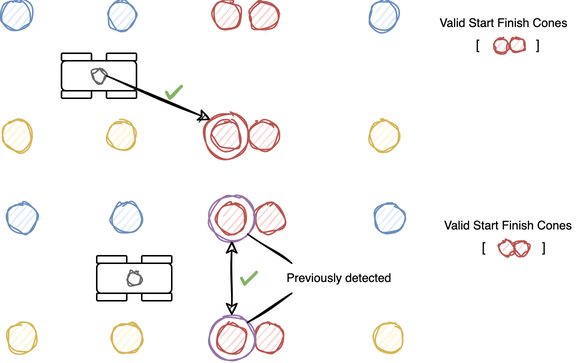
The draw.io diagram img/Path_Planner_Start_Finish_Detector_5.png in Beomar97/path-planning-docs, before a commit. Source tidied: cells renumbered, new cells last; positions are measured from the earlier drawing's top-left corner, leaving out a move shared by most shapes.
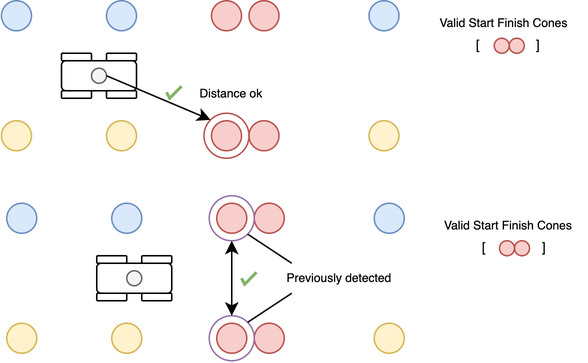
The same file after the commit.

Diff of the diagram source:
```diff
@@ -2,165 +2,168 @@
   <root>
     <mxCell id="0" />
     <mxCell id="1" parent="0" />
-    <mxCell id="2" style="ellipse;whiteSpace=wrap;html=1;sketch=1;fillColor=#dae8fc;strokeColor=#6c8ebf;fontFamily=Helvetica;" parent="1" vertex="1">
+    <mxCell id="2" style="ellipse;whiteSpace=wrap;html=1;sketch=0;fillColor=#dae8fc;strokeColor=#6c8ebf;fontFamily=Helvetica;" parent="1" vertex="1">
       <mxGeometry x="245.5" width="20" height="20" as="geometry" />
     </mxCell>
-    <mxCell id="3" style="ellipse;whiteSpace=wrap;html=1;sketch=1;fillColor=#fff2cc;strokeColor=#d6b656;fontFamily=Helvetica;" parent="1" vertex="1">
+    <mxCell id="3" style="ellipse;whiteSpace=wrap;html=1;sketch=0;fillColor=#fff2cc;strokeColor=#d6b656;fontFamily=Helvetica;" parent="1" vertex="1">
       <mxGeometry x="245.5" y="80" width="20" height="20" as="geometry" />
     </mxCell>
-    <mxCell id="4" style="ellipse;whiteSpace=wrap;html=1;sketch=1;fillColor=#f8cecc;strokeColor=#b85450;fontFamily=Helvetica;" parent="1" vertex="1">
+    <mxCell id="4" style="ellipse;whiteSpace=wrap;html=1;sketch=0;fillColor=#f8cecc;strokeColor=#b85450;fontFamily=Helvetica;" parent="1" vertex="1">
       <mxGeometry x="165.5" width="20" height="20" as="geometry" />
     </mxCell>
-    <mxCell id="5" style="ellipse;whiteSpace=wrap;html=1;sketch=1;fillColor=#f8cecc;strokeColor=#b85450;fontFamily=Helvetica;" parent="1" vertex="1">
+    <mxCell id="5" style="ellipse;whiteSpace=wrap;html=1;sketch=0;fillColor=#f8cecc;strokeColor=#b85450;fontFamily=Helvetica;" parent="1" vertex="1">
       <mxGeometry x="165.5" y="80" width="20" height="20" as="geometry" />
     </mxCell>
-    <mxCell id="6" style="ellipse;whiteSpace=wrap;html=1;sketch=1;fillColor=#f8cecc;strokeColor=#b85450;fontFamily=Helvetica;" parent="1" vertex="1">
+    <mxCell id="6" style="ellipse;whiteSpace=wrap;html=1;sketch=0;fillColor=#f8cecc;strokeColor=#b85450;fontFamily=Helvetica;" parent="1" vertex="1">
       <mxGeometry x="140.5" width="20" height="20" as="geometry" />
     </mxCell>
-    <mxCell id="7" style="ellipse;whiteSpace=wrap;html=1;sketch=1;fillColor=#f8cecc;strokeColor=#b85450;fontFamily=Helvetica;" parent="1" vertex="1">
+    <mxCell id="7" style="ellipse;whiteSpace=wrap;html=1;sketch=0;fillColor=#f8cecc;strokeColor=#b85450;fontFamily=Helvetica;" parent="1" vertex="1">
       <mxGeometry x="140.5" y="80" width="20" height="20" as="geometry" />
     </mxCell>
-    <mxCell id="8" style="ellipse;whiteSpace=wrap;html=1;sketch=1;fillColor=#dae8fc;strokeColor=#6c8ebf;fontFamily=Helvetica;" parent="1" vertex="1">
+    <mxCell id="8" style="ellipse;whiteSpace=wrap;html=1;sketch=0;fillColor=#dae8fc;strokeColor=#6c8ebf;fontFamily=Helvetica;" parent="1" vertex="1">
       <mxGeometry x="70.5" width="20" height="20" as="geometry" />
     </mxCell>
-    <mxCell id="9" style="ellipse;whiteSpace=wrap;html=1;sketch=1;fillColor=#fff2cc;strokeColor=#d6b656;fontFamily=Helvetica;" parent="1" vertex="1">
+    <mxCell id="9" style="ellipse;whiteSpace=wrap;html=1;sketch=0;fillColor=#fff2cc;strokeColor=#d6b656;fontFamily=Helvetica;" parent="1" vertex="1">
       <mxGeometry x="70.5" y="80" width="20" height="20" as="geometry" />
     </mxCell>
-    <mxCell id="10" style="group;" parent="1" vertex="1">
+    <mxCell id="10" style="group;sketch=0;" parent="1" vertex="1">
       <mxGeometry x="40.5" y="35" width="50" height="30" as="geometry" />
     </mxCell>
-    <mxCell id="11" style="rounded=1;whiteSpace=wrap;html=1;fillColor=none;" parent="10" vertex="1">
+    <mxCell id="11" style="rounded=1;whiteSpace=wrap;html=1;fillColor=none;sketch=0;" parent="10" vertex="1">
       <mxGeometry y="5" width="50" height="20" as="geometry" />
     </mxCell>
-    <mxCell id="12" style="rounded=1;whiteSpace=wrap;html=1;fillColor=none;" parent="10" vertex="1">
+    <mxCell id="12" style="rounded=1;whiteSpace=wrap;html=1;fillColor=none;sketch=0;" parent="10" vertex="1">
       <mxGeometry width="20" height="5" as="geometry" />
     </mxCell>
-    <mxCell id="13" style="rounded=1;whiteSpace=wrap;html=1;fillColor=none;" parent="10" vertex="1">
+    <mxCell id="13" style="rounded=1;whiteSpace=wrap;html=1;fillColor=none;sketch=0;" parent="10" vertex="1">
       <mxGeometry y="25" width="20" height="5" as="geometry" />
     </mxCell>
-    <mxCell id="14" style="rounded=1;whiteSpace=wrap;html=1;fillColor=none;" parent="10" vertex="1">
+    <mxCell id="14" style="rounded=1;whiteSpace=wrap;html=1;fillColor=none;sketch=0;" parent="10" vertex="1">
       <mxGeometry x="30" width="20" height="5" as="geometry" />
     </mxCell>
-    <mxCell id="15" style="rounded=1;whiteSpace=wrap;html=1;fillColor=none;" parent="10" vertex="1">
+    <mxCell id="15" style="rounded=1;whiteSpace=wrap;html=1;fillColor=none;sketch=0;" parent="10" vertex="1">
       <mxGeometry x="30" y="25" width="20" height="5" as="geometry" />
     </mxCell>
-    <mxCell id="16" style="ellipse;whiteSpace=wrap;html=1;sketch=1;fillColor=#f5f5f5;strokeColor=#666666;fontFamily=Helvetica;fontColor=#333333;" parent="10" vertex="1">
+    <mxCell id="16" style="ellipse;whiteSpace=wrap;html=1;sketch=0;fillColor=#f5f5f5;strokeColor=#666666;fontFamily=Helvetica;fontColor=#333333;" parent="10" vertex="1">
       <mxGeometry x="20" y="10" width="10" height="10" as="geometry" />
     </mxCell>
-    <mxCell id="17" style="ellipse;whiteSpace=wrap;html=1;sketch=1;fillColor=#dae8fc;strokeColor=#6c8ebf;fontFamily=Helvetica;" parent="1" vertex="1">
+    <mxCell id="17" style="ellipse;whiteSpace=wrap;html=1;sketch=0;fillColor=#dae8fc;strokeColor=#6c8ebf;fontFamily=Helvetica;" parent="1" vertex="1">
       <mxGeometry x="0.5" width="20" height="20" as="geometry" />
     </mxCell>
-    <mxCell id="18" style="ellipse;whiteSpace=wrap;html=1;sketch=1;fillColor=#fff2cc;strokeColor=#d6b656;fontFamily=Helvetica;" parent="1" vertex="1">
+    <mxCell id="18" style="ellipse;whiteSpace=wrap;html=1;sketch=0;fillColor=#fff2cc;strokeColor=#d6b656;fontFamily=Helvetica;" parent="1" vertex="1">
       <mxGeometry x="0.5" y="80" width="20" height="20" as="geometry" />
     </mxCell>
-    <mxCell id="19" style="ellipse;whiteSpace=wrap;html=1;sketch=1;fillColor=none;strokeColor=#b85450;fontFamily=Helvetica;" parent="1" vertex="1">
+    <mxCell id="19" style="ellipse;whiteSpace=wrap;html=1;sketch=0;fillColor=none;strokeColor=#b85450;fontFamily=Helvetica;" parent="1" vertex="1">
       <mxGeometry x="135.5" y="75" width="30" height="30" as="geometry" />
     </mxCell>
-    <mxCell id="20" style="endArrow=classic;html=1;rounded=0;exitX=1;exitY=0.5;exitDx=0;exitDy=0;sketch=1;entryX=0;entryY=0;entryDx=0;entryDy=0;" parent="1" edge="1" source="16" target="19">
+    <mxCell id="20" style="endArrow=classic;html=1;rounded=0;exitX=1;exitY=0.5;exitDx=0;exitDy=0;sketch=0;entryX=0;entryY=0;entryDx=0;entryDy=0;" parent="1" edge="1" source="16" target="19">
       <mxGeometry relative="1" as="geometry" />
     </mxCell>
-    <mxCell id="21" style="ellipse;whiteSpace=wrap;html=1;sketch=1;fillColor=#f8cecc;strokeColor=#b85450;fontFamily=Helvetica;" parent="1" vertex="1">
+    <mxCell id="21" style="ellipse;whiteSpace=wrap;html=1;sketch=0;fillColor=#f8cecc;strokeColor=#b85450;fontFamily=Helvetica;" parent="1" vertex="1">
       <mxGeometry x="339" y="25" width="10" height="10" as="geometry" />
     </mxCell>
-    <mxCell id="22" value="Valid Start Finish Cones" style="text;html=1;strokeColor=none;fillColor=none;align=left;verticalAlign=middle;whiteSpace=wrap;rounded=0;fontFamily=Helvetica;fontSize=8;" parent="1" vertex="1">
+    <mxCell id="22" value="Valid Start Finish Cones" style="text;html=1;strokeColor=none;fillColor=none;align=left;verticalAlign=middle;whiteSpace=wrap;rounded=0;fontFamily=Helvetica;fontSize=8;sketch=0;" parent="1" vertex="1">
       <mxGeometry x="290.5" y="10" width="97" height="10" as="geometry" />
     </mxCell>
-    <mxCell id="23" value="[&amp;nbsp; &amp;nbsp; &amp;nbsp; &amp;nbsp; &amp;nbsp; &amp;nbsp; &amp;nbsp; &amp;nbsp;]" style="text;html=1;strokeColor=none;fillColor=none;align=center;verticalAlign=middle;whiteSpace=wrap;rounded=0;fontFamily=Helvetica;fontSize=9;" parent="1" vertex="1">
+    <mxCell id="23" value="[&amp;nbsp; &amp;nbsp; &amp;nbsp; &amp;nbsp; &amp;nbsp; &amp;nbsp; &amp;nbsp; &amp;nbsp;]" style="text;html=1;strokeColor=none;fillColor=none;align=center;verticalAlign=middle;whiteSpace=wrap;rounded=0;fontFamily=Helvetica;fontSize=9;sketch=0;" parent="1" vertex="1">
       <mxGeometry x="307.4" y="25" width="63.1" height="10" as="geometry" />
     </mxCell>
-    <mxCell id="24" style="html=1;verticalLabelPosition=bottom;labelBackgroundColor=#ffffff;verticalAlign=top;shadow=0;dashed=0;strokeWidth=2;shape=mxgraph.ios7.misc.check;strokeColor=#82b366;sketch=1;fontFamily=Comic Sans MS;fillColor=#d5e8d4;" parent="1" vertex="1">
+    <mxCell id="24" style="html=1;verticalLabelPosition=bottom;labelBackgroundColor=#ffffff;verticalAlign=top;shadow=0;dashed=0;strokeWidth=2;shape=mxgraph.ios7.misc.check;strokeColor=#82b366;sketch=0;fontFamily=Comic Sans MS;fillColor=#d5e8d4;" parent="1" vertex="1">
       <mxGeometry x="110.5" y="57" width="10" height="8" as="geometry" />
     </mxCell>
-    <mxCell id="25" style="ellipse;whiteSpace=wrap;html=1;sketch=1;fillColor=#f8cecc;strokeColor=#b85450;fontFamily=Helvetica;" parent="1" vertex="1">
+    <mxCell id="25" style="ellipse;whiteSpace=wrap;html=1;sketch=0;fillColor=#f8cecc;strokeColor=#b85450;fontFamily=Helvetica;" parent="1" vertex="1">
       <mxGeometry x="329" y="25" width="10" height="10" as="geometry" />
     </mxCell>
-    <mxCell id="26" style="ellipse;whiteSpace=wrap;html=1;sketch=1;fillColor=#dae8fc;strokeColor=#6c8ebf;fontFamily=Helvetica;" parent="1" vertex="1">
+    <mxCell id="26" style="ellipse;whiteSpace=wrap;html=1;sketch=0;fillColor=#dae8fc;strokeColor=#6c8ebf;fontFamily=Helvetica;" parent="1" vertex="1">
       <mxGeometry x="249" y="135" width="20" height="20" as="geometry" />
     </mxCell>
-    <mxCell id="27" style="ellipse;whiteSpace=wrap;html=1;sketch=1;fillColor=#fff2cc;strokeColor=#d6b656;fontFamily=Helvetica;" parent="1" vertex="1">
+    <mxCell id="27" style="ellipse;whiteSpace=wrap;html=1;sketch=0;fillColor=#fff2cc;strokeColor=#d6b656;fontFamily=Helvetica;" parent="1" vertex="1">
       <mxGeometry x="249" y="215" width="20" height="20" as="geometry" />
     </mxCell>
-    <mxCell id="28" style="ellipse;whiteSpace=wrap;html=1;sketch=1;fillColor=#f8cecc;strokeColor=#b85450;fontFamily=Helvetica;" parent="1" vertex="1">
+    <mxCell id="28" style="ellipse;whiteSpace=wrap;html=1;sketch=0;fillColor=#f8cecc;strokeColor=#b85450;fontFamily=Helvetica;" parent="1" vertex="1">
       <mxGeometry x="169" y="135" width="20" height="20" as="geometry" />
     </mxCell>
-    <mxCell id="29" style="ellipse;whiteSpace=wrap;html=1;sketch=1;fillColor=#f8cecc;strokeColor=#b85450;fontFamily=Helvetica;" parent="1" vertex="1">
+    <mxCell id="29" style="ellipse;whiteSpace=wrap;html=1;sketch=0;fillColor=#f8cecc;strokeColor=#b85450;fontFamily=Helvetica;" parent="1" vertex="1">
       <mxGeometry x="169" y="215" width="20" height="20" as="geometry" />
     </mxCell>
-    <mxCell id="30" style="ellipse;whiteSpace=wrap;html=1;sketch=1;fillColor=#f8cecc;strokeColor=#b85450;fontFamily=Helvetica;" parent="1" vertex="1">
+    <mxCell id="30" style="ellipse;whiteSpace=wrap;html=1;sketch=0;fillColor=#f8cecc;strokeColor=#b85450;fontFamily=Helvetica;" parent="1" vertex="1">
       <mxGeometry x="144" y="135" width="20" height="20" as="geometry" />
     </mxCell>
-    <mxCell id="31" style="ellipse;whiteSpace=wrap;html=1;sketch=1;fillColor=#f8cecc;strokeColor=#b85450;fontFamily=Helvetica;" parent="1" vertex="1">
+    <mxCell id="31" style="ellipse;whiteSpace=wrap;html=1;sketch=0;fillColor=#f8cecc;strokeColor=#b85450;fontFamily=Helvetica;" parent="1" vertex="1">
       <mxGeometry x="144" y="215" width="20" height="20" as="geometry" />
     </mxCell>
-    <mxCell id="32" style="ellipse;whiteSpace=wrap;html=1;sketch=1;fillColor=#dae8fc;strokeColor=#6c8ebf;fontFamily=Helvetica;" parent="1" vertex="1">
+    <mxCell id="32" style="ellipse;whiteSpace=wrap;html=1;sketch=0;fillColor=#dae8fc;strokeColor=#6c8ebf;fontFamily=Helvetica;" parent="1" vertex="1">
       <mxGeometry x="74" y="135" width="20" height="20" as="geometry" />
     </mxCell>
-    <mxCell id="33" style="ellipse;whiteSpace=wrap;html=1;sketch=1;fillColor=#fff2cc;strokeColor=#d6b656;fontFamily=Helvetica;" parent="1" vertex="1">
+    <mxCell id="33" style="ellipse;whiteSpace=wrap;html=1;sketch=0;fillColor=#fff2cc;strokeColor=#d6b656;fontFamily=Helvetica;" parent="1" vertex="1">
       <mxGeometry x="74" y="215" width="20" height="20" as="geometry" />
     </mxCell>
-    <mxCell id="34" style="group;" parent="1" vertex="1">
+    <mxCell id="34" style="group;sketch=0;" parent="1" vertex="1">
       <mxGeometry x="64" y="170" width="50" height="30" as="geometry" />
     </mxCell>
-    <mxCell id="35" style="rounded=1;whiteSpace=wrap;html=1;fillColor=none;" parent="34" vertex="1">
+    <mxCell id="35" style="rounded=1;whiteSpace=wrap;html=1;fillColor=none;sketch=0;" parent="34" vertex="1">
       <mxGeometry y="5" width="50" height="20" as="geometry" />
     </mxCell>
-    <mxCell id="36" style="rounded=1;whiteSpace=wrap;html=1;fillColor=none;" parent="34" vertex="1">
+    <mxCell id="36" style="rounded=1;whiteSpace=wrap;html=1;fillColor=none;sketch=0;" parent="34" vertex="1">
       <mxGeometry width="20" height="5" as="geometry" />
     </mxCell>
-    <mxCell id="37" style="rounded=1;whiteSpace=wrap;html=1;fillColor=none;" parent="34" vertex="1">
+    <mxCell id="37" style="rounded=1;whiteSpace=wrap;html=1;fillColor=none;sketch=0;" parent="34" vertex="1">
       <mxGeometry y="25" width="20" height="5" as="geometry" />
     </mxCell>
-    <mxCell id="38" style="rounded=1;whiteSpace=wrap;html=1;fillColor=none;" parent="34" vertex="1">
+    <mxCell id="38" style="rounded=1;whiteSpace=wrap;html=1;fillColor=none;sketch=0;" parent="34" vertex="1">
       <mxGeometry x="30" width="20" height="5" as="geometry" />
     </mxCell>
-    <mxCell id="39" style="rounded=1;whiteSpace=wrap;html=1;fillColor=none;" parent="34" vertex="1">
+    <mxCell id="39" style="rounded=1;whiteSpace=wrap;html=1;fillColor=none;sketch=0;" parent="34" vertex="1">
       <mxGeometry x="30" y="25" width="20" height="5" as="geometry" />
     </mxCell>
-    <mxCell id="40" style="ellipse;whiteSpace=wrap;html=1;sketch=1;fillColor=#f5f5f5;strokeColor=#666666;fontFamily=Helvetica;fontColor=#333333;" parent="34" vertex="1">
+    <mxCell id="40" style="ellipse;whiteSpace=wrap;html=1;sketch=0;fillColor=#f5f5f5;strokeColor=#666666;fontFamily=Helvetica;fontColor=#333333;" parent="34" vertex="1">
       <mxGeometry x="20" y="10" width="10" height="10" as="geometry" />
     </mxCell>
-    <mxCell id="41" style="ellipse;whiteSpace=wrap;html=1;sketch=1;fillColor=#dae8fc;strokeColor=#6c8ebf;fontFamily=Helvetica;" parent="1" vertex="1">
+    <mxCell id="41" style="ellipse;whiteSpace=wrap;html=1;sketch=0;fillColor=#dae8fc;strokeColor=#6c8ebf;fontFamily=Helvetica;" parent="1" vertex="1">
       <mxGeometry x="4" y="135" width="20" height="20" as="geometry" />
     </mxCell>
-    <mxCell id="42" style="ellipse;whiteSpace=wrap;html=1;sketch=1;fillColor=#fff2cc;strokeColor=#d6b656;fontFamily=Helvetica;" parent="1" vertex="1">
+    <mxCell id="42" style="ellipse;whiteSpace=wrap;html=1;sketch=0;fillColor=#fff2cc;strokeColor=#d6b656;fontFamily=Helvetica;" parent="1" vertex="1">
       <mxGeometry x="4" y="215" width="20" height="20" as="geometry" />
     </mxCell>
-    <mxCell id="43" style="ellipse;whiteSpace=wrap;html=1;sketch=1;fillColor=none;strokeColor=#9673a6;fontFamily=Helvetica;" parent="1" vertex="1">
+    <mxCell id="43" style="ellipse;whiteSpace=wrap;html=1;sketch=0;fillColor=none;strokeColor=#9673a6;fontFamily=Helvetica;" parent="1" vertex="1">
       <mxGeometry x="139" y="210" width="30" height="30" as="geometry" />
     </mxCell>
-    <mxCell id="44" style="ellipse;whiteSpace=wrap;html=1;sketch=1;fillColor=#f8cecc;strokeColor=#b85450;fontFamily=Helvetica;" parent="1" vertex="1">
+    <mxCell id="44" style="ellipse;whiteSpace=wrap;html=1;sketch=0;fillColor=#f8cecc;strokeColor=#b85450;fontFamily=Helvetica;" parent="1" vertex="1">
       <mxGeometry x="342.5" y="160" width="10" height="10" as="geometry" />
     </mxCell>
-    <mxCell id="45" value="Valid Start Finish Cones" style="text;html=1;strokeColor=none;fillColor=none;align=left;verticalAlign=middle;whiteSpace=wrap;rounded=0;fontFamily=Helvetica;fontSize=8;" parent="1" vertex="1">
+    <mxCell id="45" value="Valid Start Finish Cones" style="text;html=1;strokeColor=none;fillColor=none;align=left;verticalAlign=middle;whiteSpace=wrap;rounded=0;fontFamily=Helvetica;fontSize=8;sketch=0;" parent="1" vertex="1">
       <mxGeometry x="294" y="145" width="97" height="10" as="geometry" />
     </mxCell>
-    <mxCell id="46" value="[&amp;nbsp; &amp;nbsp; &amp;nbsp; &amp;nbsp; &amp;nbsp; &amp;nbsp; &amp;nbsp; &amp;nbsp;]" style="text;html=1;strokeColor=none;fillColor=none;align=center;verticalAlign=middle;whiteSpace=wrap;rounded=0;fontFamily=Helvetica;fontSize=9;" parent="1" vertex="1">
+    <mxCell id="46" value="[&amp;nbsp; &amp;nbsp; &amp;nbsp; &amp;nbsp; &amp;nbsp; &amp;nbsp; &amp;nbsp; &amp;nbsp;]" style="text;html=1;strokeColor=none;fillColor=none;align=center;verticalAlign=middle;whiteSpace=wrap;rounded=0;fontFamily=Helvetica;fontSize=9;sketch=0;" parent="1" vertex="1">
       <mxGeometry x="310.9" y="160" width="63.1" height="10" as="geometry" />
     </mxCell>
-    <mxCell id="47" style="ellipse;whiteSpace=wrap;html=1;sketch=1;fillColor=#f8cecc;strokeColor=#b85450;fontFamily=Helvetica;" parent="1" vertex="1">
+    <mxCell id="47" style="ellipse;whiteSpace=wrap;html=1;sketch=0;fillColor=#f8cecc;strokeColor=#b85450;fontFamily=Helvetica;" parent="1" vertex="1">
       <mxGeometry x="332.5" y="160" width="10" height="10" as="geometry" />
     </mxCell>
-    <mxCell id="48" style="ellipse;whiteSpace=wrap;html=1;sketch=1;fillColor=none;strokeColor=#9673a6;fontFamily=Helvetica;" parent="1" vertex="1">
+    <mxCell id="48" style="ellipse;whiteSpace=wrap;html=1;sketch=0;fillColor=none;strokeColor=#9673a6;fontFamily=Helvetica;" parent="1" vertex="1">
       <mxGeometry x="139" y="130" width="30" height="30" as="geometry" />
     </mxCell>
-    <mxCell id="49" style="endArrow=classic;startArrow=classic;html=1;rounded=0;sketch=1;entryX=0.5;entryY=1;entryDx=0;entryDy=0;exitX=0.5;exitY=0;exitDx=0;exitDy=0;" parent="1" edge="1" source="43" target="48">
+    <mxCell id="49" style="endArrow=classic;startArrow=classic;html=1;rounded=0;sketch=0;entryX=0.5;entryY=1;entryDx=0;entryDy=0;exitX=0.5;exitY=0;exitDx=0;exitDy=0;" parent="1" edge="1" source="43" target="48">
       <mxGeometry relative="1" as="geometry" />
     </mxCell>
-    <mxCell id="50" style="html=1;verticalLabelPosition=bottom;labelBackgroundColor=#ffffff;verticalAlign=top;shadow=0;dashed=0;strokeWidth=2;shape=mxgraph.ios7.misc.check;strokeColor=#82b366;sketch=1;fontFamily=Comic Sans MS;fillColor=#d5e8d4;" parent="1" vertex="1">
+    <mxCell id="50" style="html=1;verticalLabelPosition=bottom;labelBackgroundColor=#ffffff;verticalAlign=top;shadow=0;dashed=0;strokeWidth=2;shape=mxgraph.ios7.misc.check;strokeColor=#82b366;sketch=0;fontFamily=Comic Sans MS;fillColor=#d5e8d4;" parent="1" vertex="1">
       <mxGeometry x="160.5" y="181" width="10" height="8" as="geometry" />
     </mxCell>
-    <mxCell id="51" value="Previously detected" style="text;html=1;strokeColor=none;fillColor=none;align=left;verticalAlign=middle;whiteSpace=wrap;rounded=0;fontFamily=Helvetica;fontSize=8;" parent="1" vertex="1">
+    <mxCell id="51" value="Previously detected" style="text;html=1;strokeColor=none;fillColor=none;align=left;verticalAlign=middle;whiteSpace=wrap;rounded=0;fontFamily=Helvetica;fontSize=8;sketch=0;" parent="1" vertex="1">
       <mxGeometry x="189" y="180" width="90" height="10" as="geometry" />
     </mxCell>
-    <mxCell id="52" style="endArrow=none;html=1;rounded=0;sketch=1;entryX=1;entryY=1;entryDx=0;entryDy=0;" parent="1" edge="1" target="48">
+    <mxCell id="52" style="endArrow=none;html=1;rounded=0;sketch=0;entryX=1;entryY=1;entryDx=0;entryDy=0;" parent="1" edge="1" target="48">
       <mxGeometry relative="1" as="geometry">
         <mxPoint x="194" y="175" as="sourcePoint" />
       </mxGeometry>
     </mxCell>
-    <mxCell id="53" style="endArrow=none;html=1;rounded=0;sketch=1;entryX=1;entryY=0;entryDx=0;entryDy=0;" parent="1" edge="1" target="43">
+    <mxCell id="53" style="endArrow=none;html=1;rounded=0;sketch=0;entryX=1;entryY=0;entryDx=0;entryDy=0;" parent="1" edge="1" target="43">
       <mxGeometry relative="1" as="geometry">
         <mxPoint x="194" y="195" as="sourcePoint" />
       </mxGeometry>
     </mxCell>
+    <mxCell id="54" value="Distance ok" style="text;html=1;strokeColor=none;fillColor=none;align=left;verticalAlign=middle;whiteSpace=wrap;rounded=0;fontFamily=Helvetica;fontSize=8;sketch=0;" parent="1" vertex="1">
+      <mxGeometry x="131.2" y="57" width="68.5" height="10" as="geometry" />
+    </mxCell>
   </root>
 </mxGraphModel>
```
